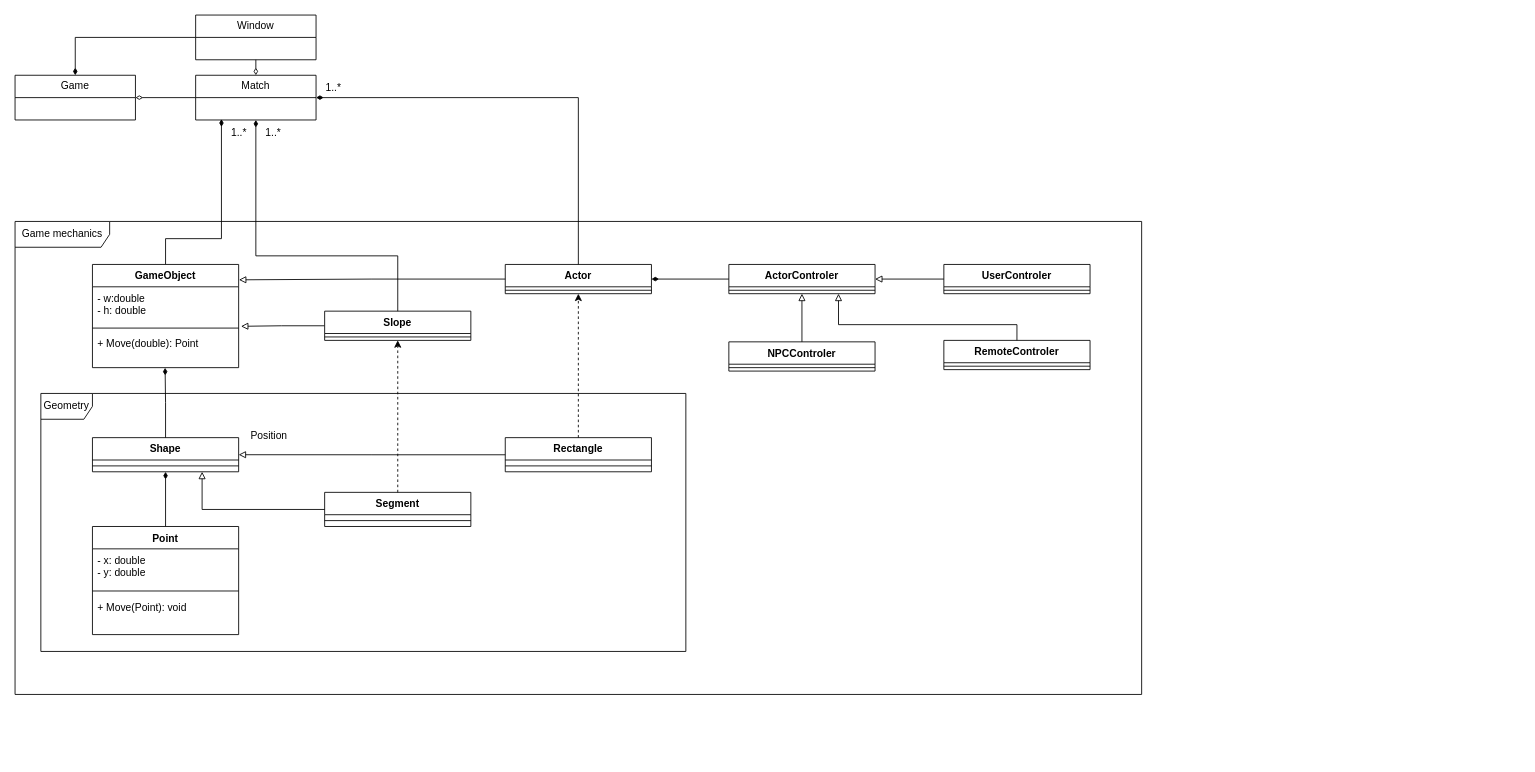
Above: System_design/Class_diagram.drawio in tuStroma/DungeonRitual (draw.io), before the change. Source tidied: cells renumbered, new cells numbered last; positions are measured from the earlier drawing's top-left corner, leaving out a move shared by most shapes. Both pictures are drawn from the tidied source at 86%, with x=0, y=0 at pixel (15, 15).
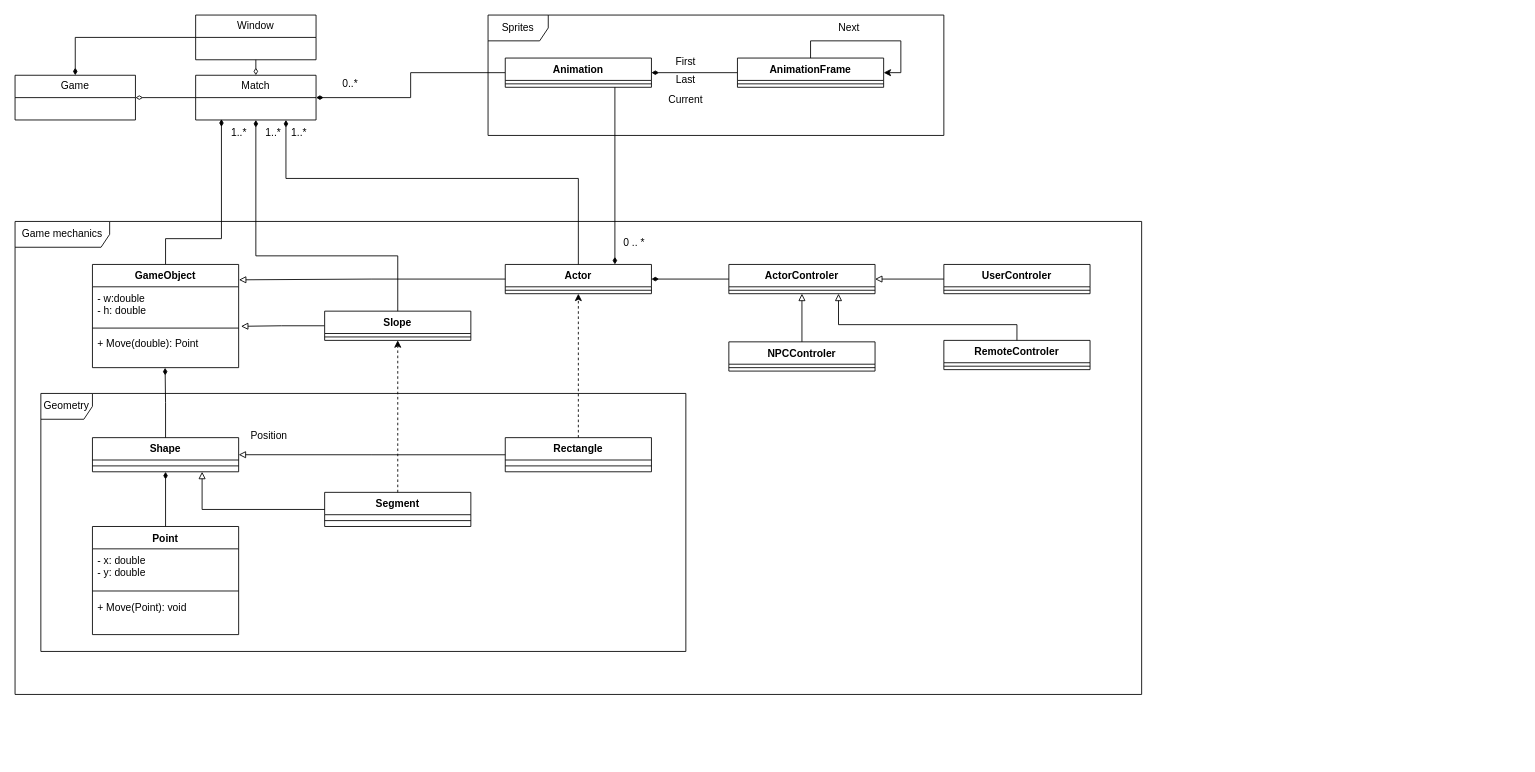
The same diagram, later.

Unchanged cells that the change refers to:
```xml
<mxCell id="4" value="Match" style="swimlane;fontStyle=0;horizontal=1;startSize=26;fillColor=none;whiteSpace=wrap;html=1;" parent="1" vertex="1">
  <mxGeometry x="210" y="70" width="140" height="52" as="geometry" />
</mxCell>
<mxCell id="36" value="Actor" style="swimlane;fontStyle=1;align=center;verticalAlign=top;horizontal=1;startSize=26;whiteSpace=wrap;html=1;" parent="35" vertex="1">
  <mxGeometry width="170" height="34" as="geometry" />
</mxCell>
```

Diff of the diagram source:
```diff
@@
     <mxCell id="46" style="group;" parent="1" vertex="1">
-      <mxGeometry x="830" y="290" width="170" height="274.3" as="geometry" />
+      <mxGeometry x="830" y="290" width="920" height="274.3" as="geometry" />
     </mxCell>
@@
     <mxCell id="49" style="group;" parent="46" vertex="1">
-      <mxGeometry y="90" width="170" height="184.3" as="geometry" />
+      <mxGeometry y="90" width="920" height="184.3" as="geometry" />
     </mxCell>
@@
     <mxCell id="63" value="1..*" style="text;html=1;align=center;verticalAlign=middle;strokeColor=none;fillColor=none;" parent="1" vertex="1">
-      <mxGeometry x="350" y="70" width="40" height="30" as="geometry" />
+      <mxGeometry x="310" y="122" width="40" height="30" as="geometry" />
     </mxCell>
-    <mxCell id="64" style="edgeStyle=orthogonalEdgeStyle;rounded=0;jettySize=auto;html=1;entryX=1;entryY=0.5;entryDx=0;entryDy=0;endArrow=diamondThin;endFill=1;" parent="1" edge="1" source="36" target="4">
+    <mxCell id="64" style="edgeStyle=orthogonalEdgeStyle;rounded=0;jettySize=auto;html=1;endArrow=diamondThin;endFill=1;entryX=0.75;entryY=1;entryDx=0;entryDy=0;" parent="1" edge="1" source="36" target="4">
       <mxGeometry relative="1" as="geometry">
         <Array as="points">
-          <mxPoint x="655" y="96" />
+          <mxPoint x="655" y="190" />
+          <mxPoint x="315" y="190" />
         </Array>
       </mxGeometry>
     </mxCell>
+    <mxCell id="65" value="Sprites" style="shape=umlFrame;whiteSpace=wrap;html=1;width=70;height=30;" parent="1" vertex="1">
+      <mxGeometry x="550" width="530" height="140" as="geometry" />
+    </mxCell>
+    <mxCell id="66" style="edgeStyle=orthogonalEdgeStyle;rounded=0;jettySize=auto;html=1;exitX=0.75;exitY=1;exitDx=0;exitDy=0;entryX=0.75;entryY=0;entryDx=0;entryDy=0;endArrow=diamondThin;endFill=1;" parent="1" edge="1" source="68" target="36">
+      <mxGeometry relative="1" as="geometry" />
+    </mxCell>
+    <mxCell id="67" style="edgeStyle=orthogonalEdgeStyle;rounded=0;jettySize=auto;html=1;exitX=0;exitY=0.5;exitDx=0;exitDy=0;entryX=1;entryY=0.5;entryDx=0;entryDy=0;endArrow=diamondThin;endFill=1;" parent="1" edge="1" source="68" target="4">
+      <mxGeometry relative="1" as="geometry" />
+    </mxCell>
+    <mxCell id="68" value="Animation" style="swimlane;fontStyle=1;align=center;verticalAlign=top;horizontal=1;startSize=26;whiteSpace=wrap;html=1;" parent="1" vertex="1">
+      <mxGeometry x="570" y="50" width="170" height="34" as="geometry" />
+    </mxCell>
+    <mxCell id="69" style="line;strokeWidth=1;fillColor=none;align=left;verticalAlign=middle;spacingTop=-1;spacingLeft=3;spacingRight=3;labelPosition=right;strokeColor=inherit;" parent="68" vertex="1">
+      <mxGeometry y="26" width="170" height="8" as="geometry" />
+    </mxCell>
+    <mxCell id="70" style="edgeStyle=orthogonalEdgeStyle;rounded=0;jettySize=auto;html=1;exitX=0;exitY=0.5;exitDx=0;exitDy=0;entryX=1;entryY=0.5;entryDx=0;entryDy=0;endArrow=diamondThin;endFill=1;" parent="1" edge="1" source="71" target="68">
+      <mxGeometry relative="1" as="geometry" />
+    </mxCell>
+    <mxCell id="71" value="AnimationFrame" style="swimlane;fontStyle=1;align=center;verticalAlign=top;horizontal=1;startSize=26;whiteSpace=wrap;html=1;" parent="1" vertex="1">
+      <mxGeometry x="840" y="50" width="170" height="34" as="geometry" />
+    </mxCell>
+    <mxCell id="72" style="line;strokeWidth=1;fillColor=none;align=left;verticalAlign=middle;spacingTop=-1;spacingLeft=3;spacingRight=3;labelPosition=right;strokeColor=inherit;" parent="71" vertex="1">
+      <mxGeometry y="26" width="170" height="8" as="geometry" />
+    </mxCell>
+    <mxCell id="73" value="&lt;div&gt;First&lt;/div&gt;" style="text;html=1;align=center;verticalAlign=middle;whiteSpace=wrap;rounded=0;" parent="1" vertex="1">
+      <mxGeometry x="750" y="40" width="60" height="30" as="geometry" />
+    </mxCell>
+    <mxCell id="74" value="Current" style="text;html=1;align=center;verticalAlign=middle;whiteSpace=wrap;rounded=0;" parent="1" vertex="1">
+      <mxGeometry x="750" y="84" width="60" height="30" as="geometry" />
+    </mxCell>
+    <mxCell id="75" value="Last" style="text;html=1;align=center;verticalAlign=middle;whiteSpace=wrap;rounded=0;" parent="1" vertex="1">
+      <mxGeometry x="750" y="60" width="60" height="30" as="geometry" />
+    </mxCell>
+    <mxCell id="76" style="edgeStyle=orthogonalEdgeStyle;rounded=0;orthogonalLoop=1;jettySize=auto;html=1;entryX=1;entryY=0.5;entryDx=0;entryDy=0;" parent="1" edge="1" source="71" target="71">
+      <mxGeometry relative="1" as="geometry" />
+    </mxCell>
+    <mxCell id="77" value="Next" style="text;html=1;align=center;verticalAlign=middle;whiteSpace=wrap;rounded=0;" parent="1" vertex="1">
+      <mxGeometry x="940" width="60" height="30" as="geometry" />
+    </mxCell>
+    <mxCell id="78" value="0 .. *" style="text;html=1;align=center;verticalAlign=middle;whiteSpace=wrap;rounded=0;" parent="1" vertex="1">
+      <mxGeometry x="690" y="250" width="60" height="30" as="geometry" />
+    </mxCell>
+    <mxCell id="79" value="&lt;div&gt;0..*&lt;/div&gt;" style="text;html=1;align=center;verticalAlign=middle;whiteSpace=wrap;rounded=0;" parent="1" vertex="1">
+      <mxGeometry x="360" y="65" width="60" height="30" as="geometry" />
+    </mxCell>
```
